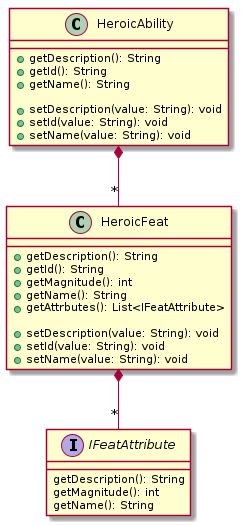
GhChancellor/HeroesWithoutHope keeps this PlantUML diagram as docs/core.png. Above is the earlier version.
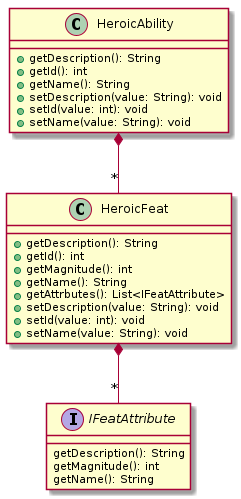
Above is the later version.

What changed in the source:
```diff
@@ -2,23 +2,21 @@
 
 class HeroicAbility {
         + getDescription(): String
-        + getId(): String
+        + getId(): int
         + getName(): String
-
         + setDescription(value: String): void
-        + setId(value: String): void
+        + setId(value: int): void
         + setName(value: String): void
 }
 
 class HeroicFeat {
         + getDescription(): String
-        + getId(): String
+        + getId(): int
         + getMagnitude(): int
         + getName(): String
         + getAttrbutes(): List<IFeatAttribute>
-
         + setDescription(value: String): void
-        + setId(value: String): void
+        + setId(value: int): void
         + setName(value: String): void
 }
 
```
